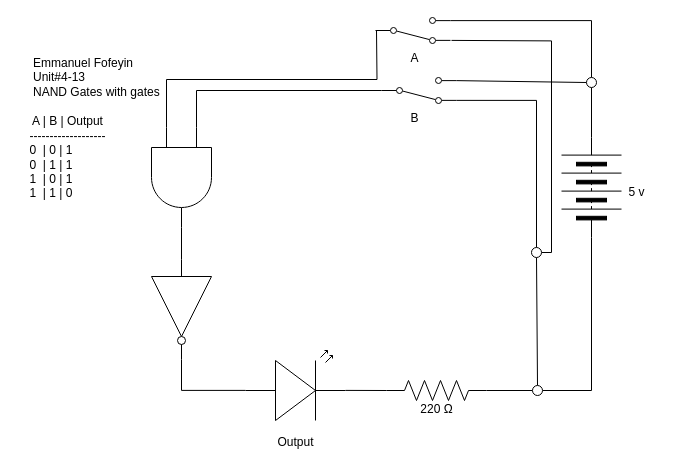
The draw.io diagram TEJ3M-Unit4/TEJ3M-Unit-4-13.drawio in Emmanuel-Fofeyin/TEJ3M-Unit4, before the edit. Source tidied: cells renumbered, new cells numbered last; positions are measured from the earlier drawing's top-left corner, leaving out a move shared by most shapes. Both pictures are drawn from the tidied source at 100%, with x=0, y=0 at pixel (17, 17).
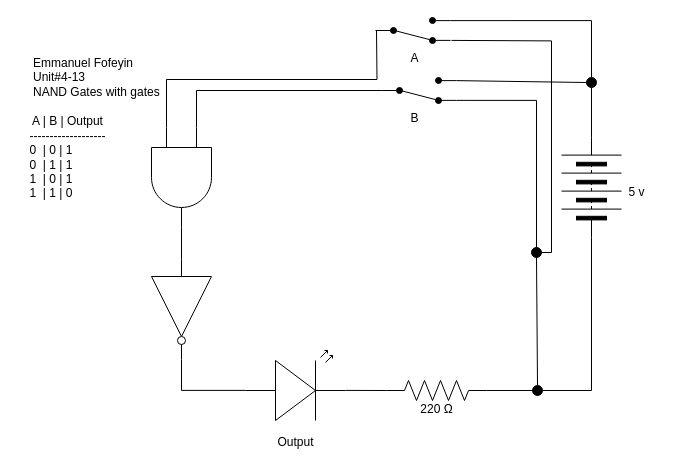
The same diagram, later.

What changed in the source:
```diff
@@
-    <mxCell id="15" style="shape=mxgraph.electrical.electro-mechanical.twoWaySwitch;elSwitchState=2;flipV=1;" parent="1" vertex="1">
+    <mxCell id="15" style="shape=mxgraph.electrical.electro-mechanical.twoWaySwitch;elSwitchState=2;flipV=1;fillColor=#000000;" parent="1" vertex="1">
       <mxGeometry x="358" width="75" height="26" as="geometry" />
     </mxCell>
@@
-    <mxCell id="17" style="shape=mxgraph.electrical.electro-mechanical.twoWaySwitch;elSwitchState=2;flipV=1;" parent="1" vertex="1">
+    <mxCell id="17" style="shape=mxgraph.electrical.electro-mechanical.twoWaySwitch;elSwitchState=2;flipV=1;fillColor=#000000;" parent="1" vertex="1">
       <mxGeometry x="364" y="60" width="75" height="26" as="geometry" />
     </mxCell>
@@
-    <mxCell id="20" style="ellipse;whiteSpace=wrap;html=1;strokeColor=#000000;" parent="1" vertex="1">
+    <mxCell id="20" style="ellipse;whiteSpace=wrap;html=1;strokeColor=#000000;fillColor=#000000;" parent="1" vertex="1">
       <mxGeometry x="515" y="368" width="10" height="10" as="geometry" />
     </mxCell>
@@
-    <mxCell id="22" style="ellipse;whiteSpace=wrap;html=1;strokeColor=#000000;" parent="1" vertex="1">
+    <mxCell id="22" style="ellipse;whiteSpace=wrap;html=1;strokeColor=#000000;fillColor=#000000;" parent="1" vertex="1">
       <mxGeometry x="514" y="230" width="10" height="10" as="geometry" />
     </mxCell>
@@
-    <mxCell id="26" style="ellipse;whiteSpace=wrap;html=1;strokeColor=#000000;" parent="1" vertex="1">
+    <mxCell id="26" style="ellipse;whiteSpace=wrap;html=1;strokeColor=#000000;fillColor=#000000;" parent="1" vertex="1">
       <mxGeometry x="569" y="60" width="10" height="10" as="geometry" />
     </mxCell>
```
